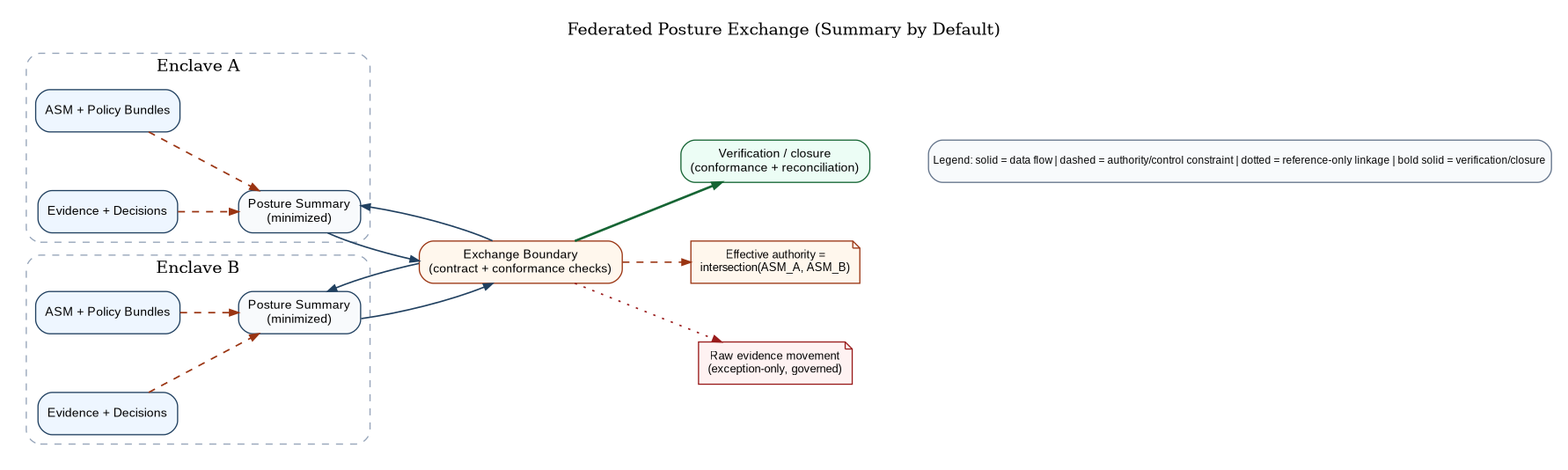
Earlier version of the Graphviz export papers/caf-ra/diagrams/caf_federation_exchange.png (anboas/Whitepaper). Its source is kept beside it as papers/caf-ra/diagrams-src/caf_federation_exchange.dot.
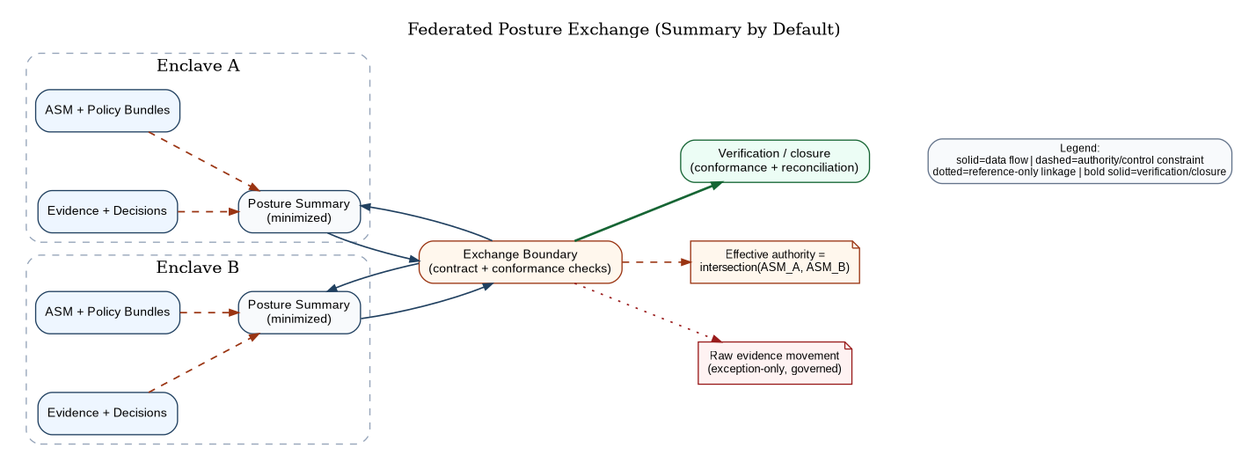
The same file after the commit.

What changed in the source:
```diff
@@ -59,7 +59,7 @@
     fontname="Arial",
     fontsize=8.8,
     margin="0.06,0.05",
-    label="Legend: solid = data flow | dashed = authority/control constraint | dotted = reference-only linkage | bold solid = verification/closure"
+    label="Legend:\nsolid=data flow | dashed=authority/control constraint\ndotted=reference-only linkage | bold solid=verification/closure"
   ];
 
   { rank=sink; Legend; }
```
